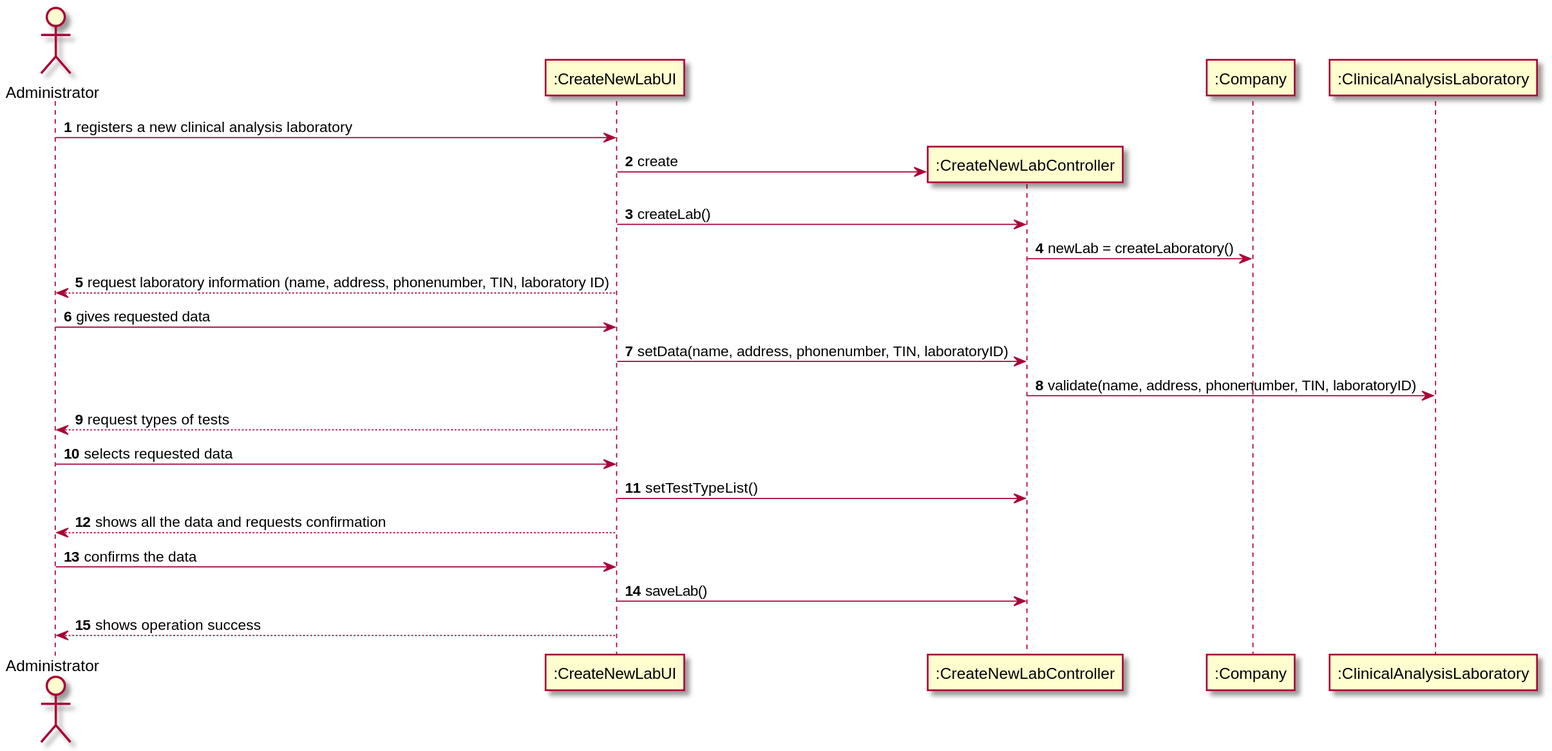
Before: docs/SprintB/US8/US8_SD.svg, a diagram exported from PlantUML (MadDinosaur/ISEP-LAPR2).
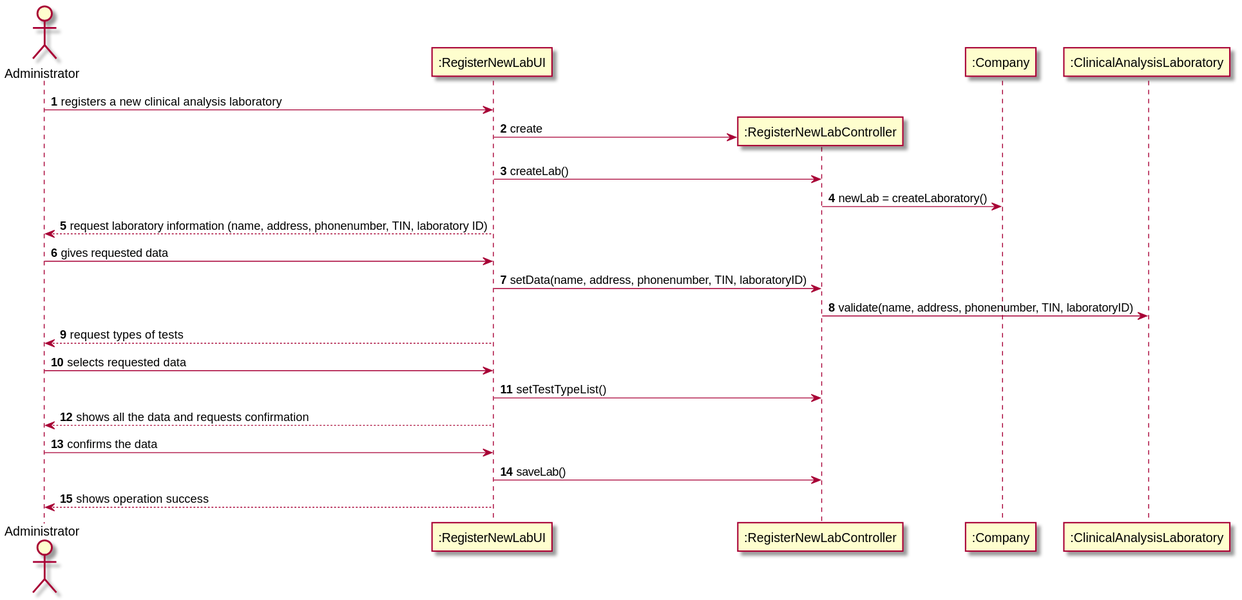
After the commit.

What changed in the source:
```diff
@@ -2,8 +2,8 @@
 autonumber
 
 actor Administrator as admin
-participant ":CreateNewLabUI" as UI
-participant ":CreateNewLabController" as controller
+participant ":RegisterNewLabUI" as UI
+participant ":RegisterNewLabController" as controller
 participant ":Company" as validate
 participant ":ClinicalAnalysisLaboratory" as lab
 
```
